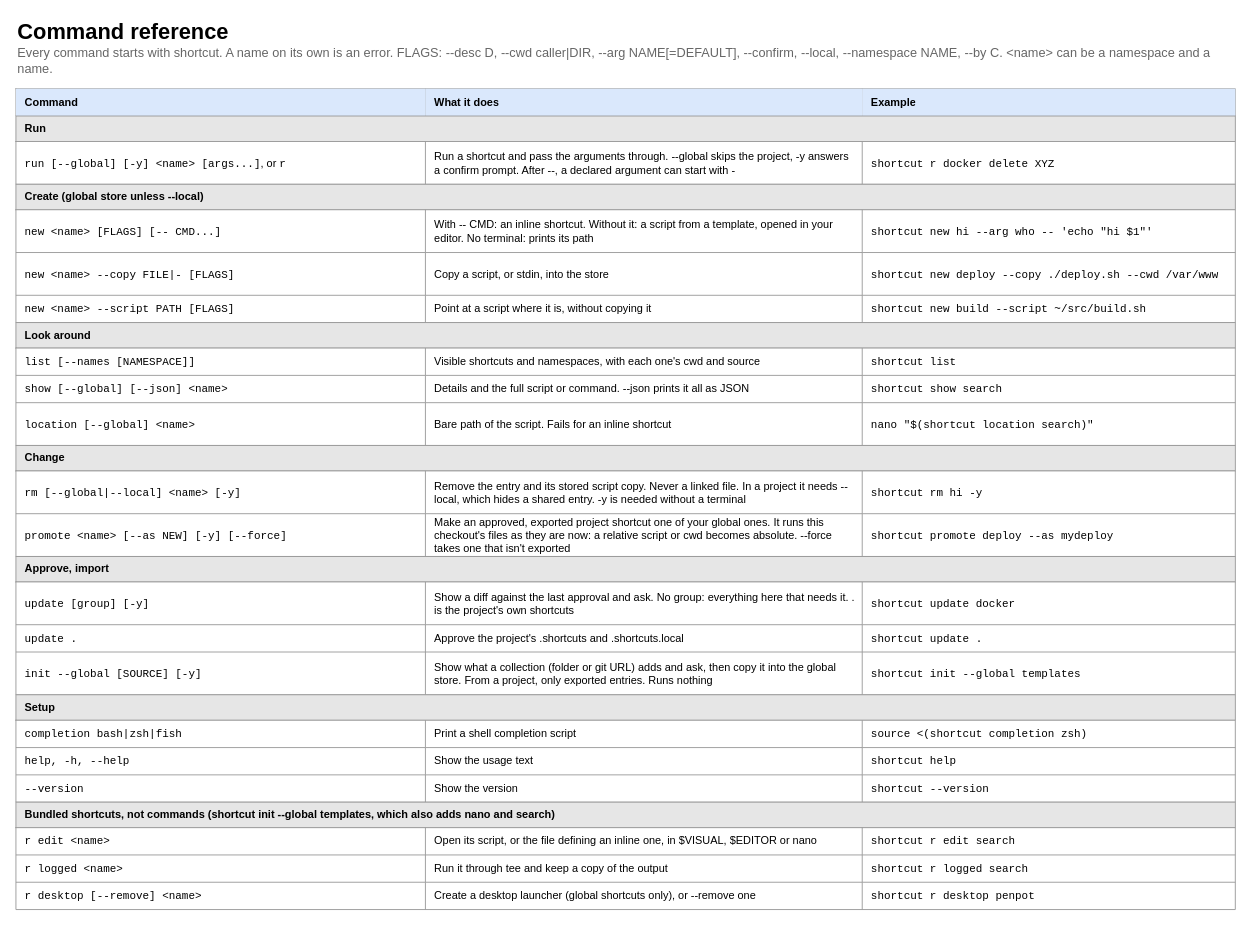
This is page "4 Commands" (4 of 5) of docs/shortcut-overview.drawio from StanLukuvka/Shortcut, a draw.io file, before an edit. Source tidied: cells renumbered, new cells numbered last; positions are measured from the earlier drawing's top-left corner, leaving out a move shared by most shapes. Both pictures are drawn from the tidied source at 91%, with x=0, y=0 at pixel (15, 15).
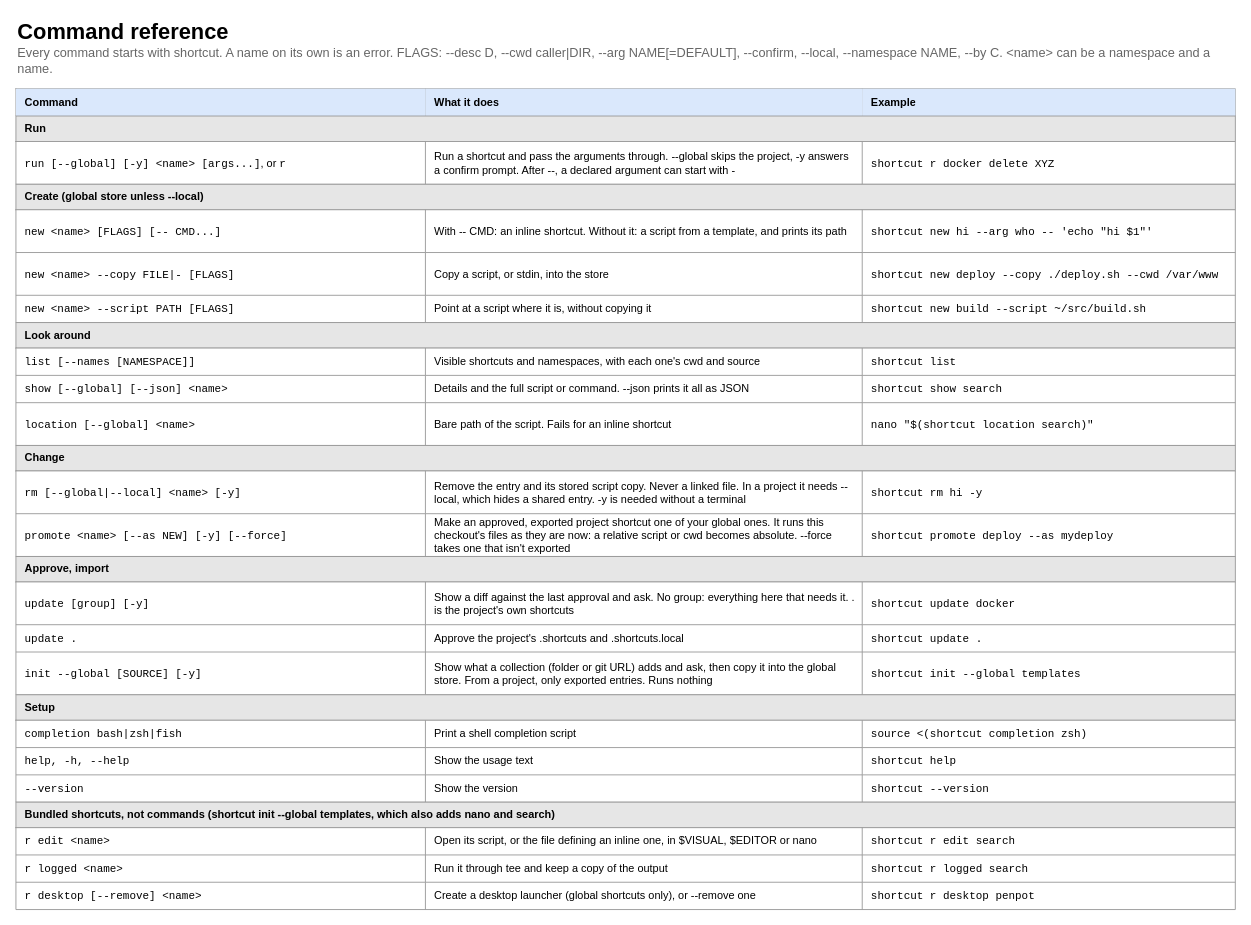
The same diagram, later.

Commit message (it also covers changes not shown here):
Stop new from opening an editor: it writes the template and prints its path

Unchanged cells that the change refers to:
```xml
<mxCell id="17" style="shape=tableRow;horizontal=0;startSize=0;swimlaneHead=0;swimlaneBody=0;strokeColor=inherit;top=0;left=0;bottom=0;right=0;fillColor=none;html=1;" parent="16" vertex="1">
  <mxGeometry width="1340" height="47" as="geometry" />
</mxCell>
```

What changed in the source:
```diff
@@
-    <mxCell id="19" value="With -- CMD: an inline shortcut. Without it: a script from a template, opened in your editor. No terminal: prints its path" style="shape=partialRectangle;html=1;whiteSpace=wrap;strokeColor=inherit;overflow=hidden;fillColor=none;top=0;left=0;bottom=0;right=0;align=left;verticalAlign=middle;spacingLeft=8;spacingRight=6;fontSize=12;" parent="17" vertex="1">
+    <mxCell id="19" value="With -- CMD: an inline shortcut. Without it: a script from a template, and prints its path" style="shape=partialRectangle;html=1;whiteSpace=wrap;strokeColor=inherit;overflow=hidden;fillColor=none;top=0;left=0;bottom=0;right=0;align=left;verticalAlign=middle;spacingLeft=8;spacingRight=6;fontSize=12;" parent="17" vertex="1">
       <mxGeometry x="450" width="480" height="47" as="geometry" />
     </mxCell>
```
